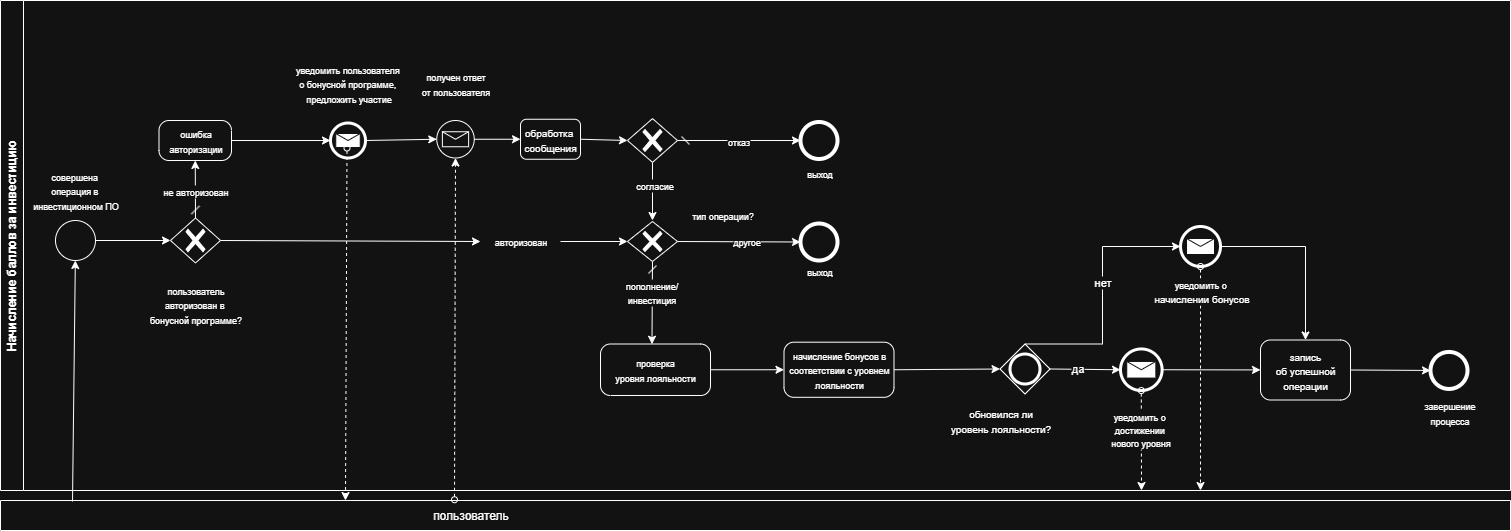
404-veronika/testsystemanalitic keeps this draw.io diagram as Images/BPMN.drawio.png. Above is the earlier version. Source tidied: cells renumbered, new cells last; positions are measured from the earlier drawing's top-left corner, leaving out a move shared by most shapes.
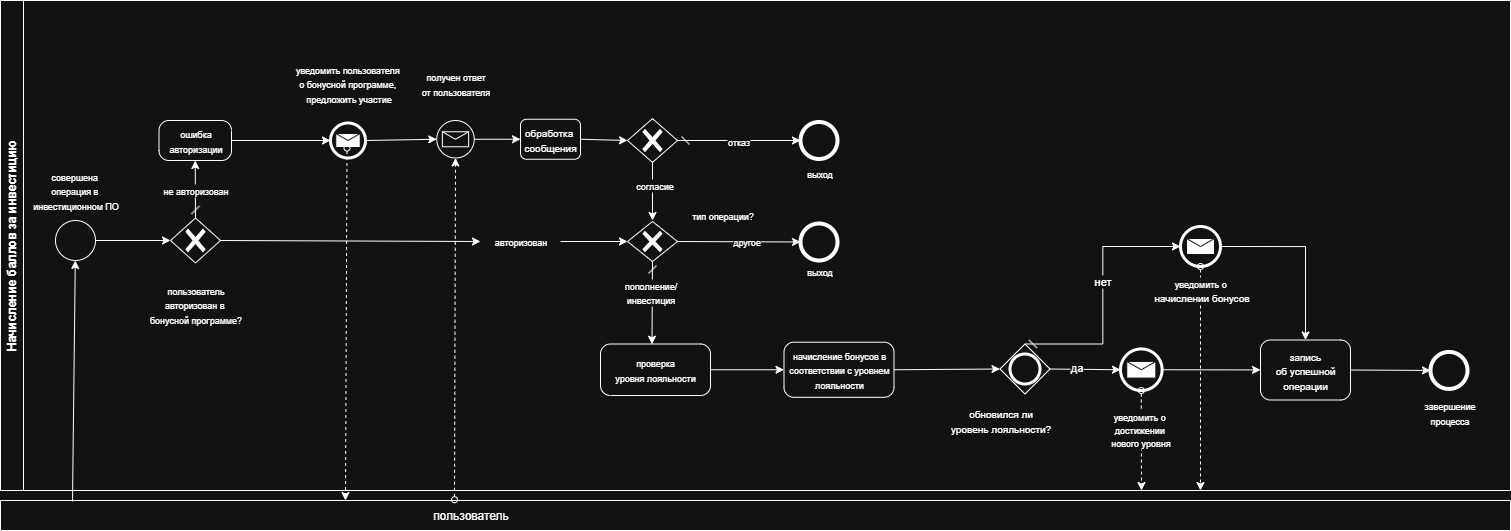
The same file after the commit.

The edit, as a diff of the source:
```diff
@@ -143,7 +143,7 @@
     <mxCell id="46" style="points=[[0.145,0.145,0],[0.5,0,0],[0.855,0.145,0],[1,0.5,0],[0.855,0.855,0],[0.5,1,0],[0.145,0.855,0],[0,0.5,0]];shape=mxgraph.bpmn.event;html=1;verticalLabelPosition=bottom;labelBackgroundColor=#ffffff;verticalAlign=top;align=center;perimeter=ellipsePerimeter;outlineConnect=0;outline=end;symbol=message;" parent="2" vertex="1">
       <mxGeometry x="1180" y="226" width="40" height="40" as="geometry" />
     </mxCell>
-    <mxCell id="47" style="endArrow=classic;html=1;rounded=0;exitX=0.5;exitY=0;exitDx=0;exitDy=0;exitPerimeter=0;entryX=0;entryY=0.5;entryDx=0;entryDy=0;entryPerimeter=0;edgeStyle=elbowEdgeStyle;" parent="2" edge="1" source="42" target="46">
+    <mxCell id="47" style="endArrow=classic;html=1;rounded=0;exitX=0.5;exitY=0;exitDx=0;exitDy=0;exitPerimeter=0;entryX=0;entryY=0.5;entryDx=0;entryDy=0;entryPerimeter=0;edgeStyle=elbowEdgeStyle;startArrow=dash;startFill=0;" parent="2" edge="1" source="42" target="46">
       <mxGeometry relative="1" as="geometry" />
     </mxCell>
     <mxCell id="48" value="нет" style="edgeLabel;html=1;align=center;verticalAlign=middle;" parent="47" vertex="1">
```
